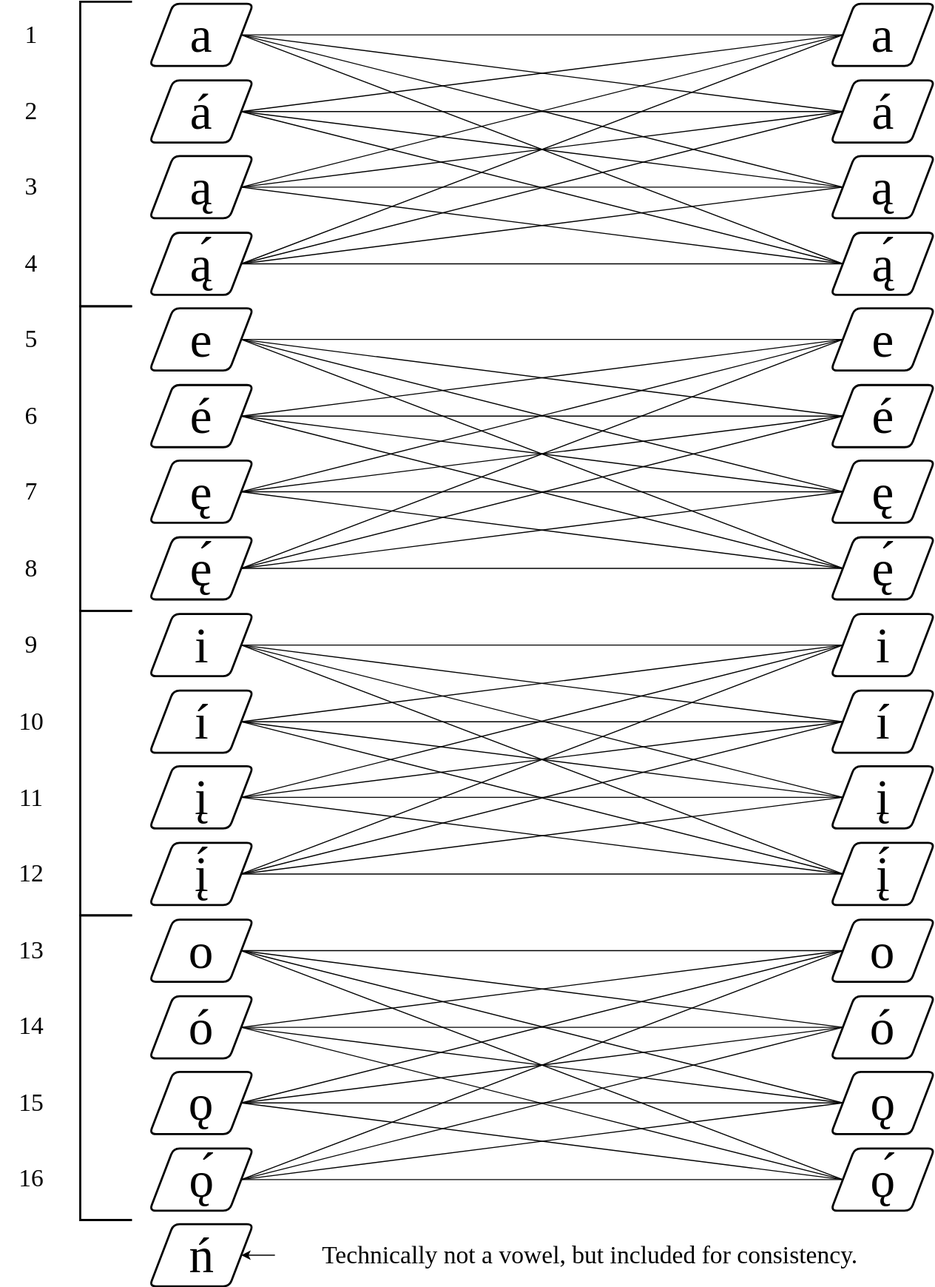
This is Associated Diagrams/Navaho Vowel Network_v2.drawio.svg from OJB-Quantum/Navaho-Linguistics, a draw.io export, as it was before one commit. Source tidied: cells renumbered, new cells last; positions are measured from the earlier drawing's top-left corner, leaving out a move shared by most shapes.
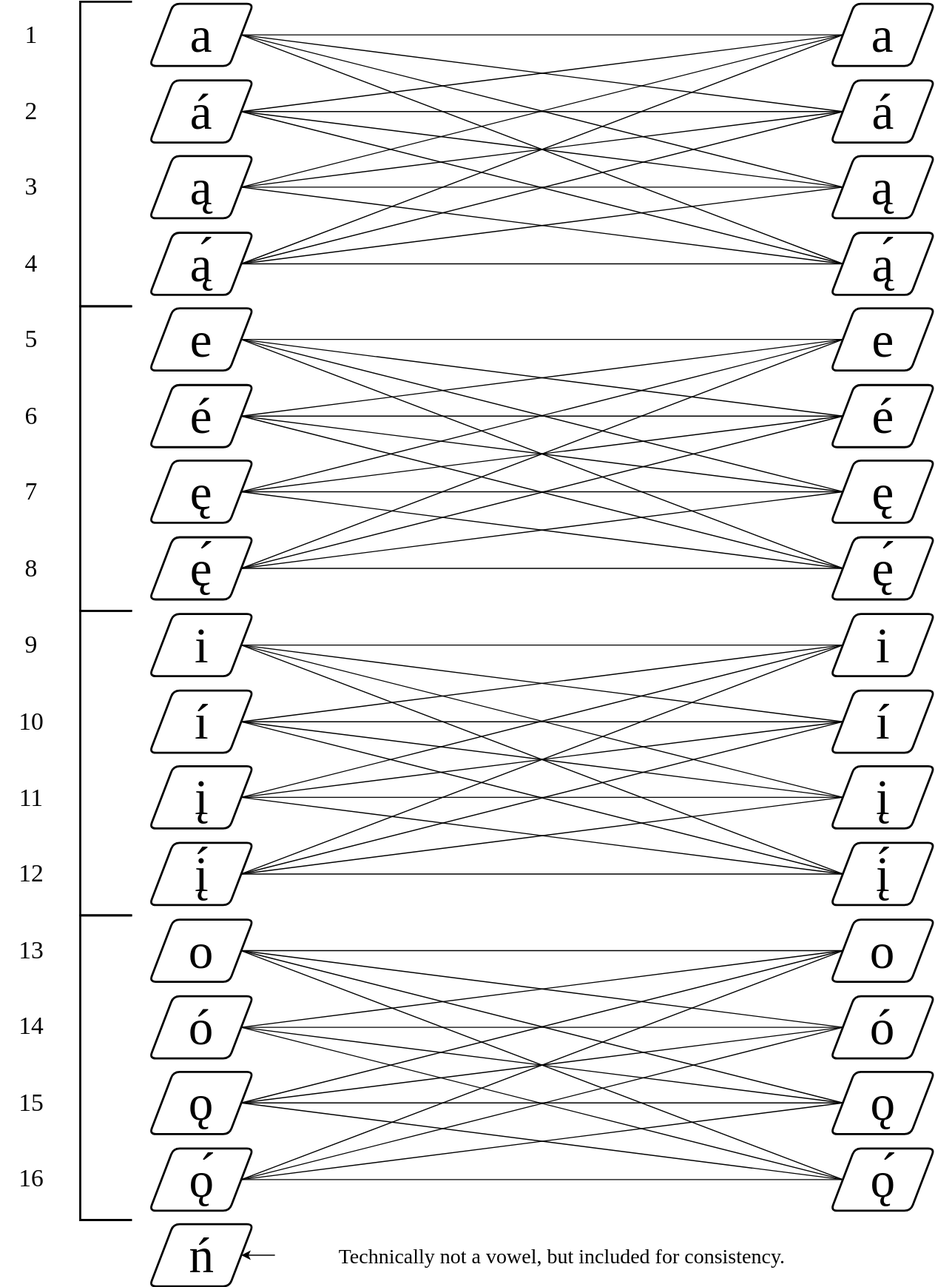
After the change.

Diff of the diagram source:
```diff
@@ -455,8 +455,8 @@
     <mxCell id="152" style="edgeStyle=orthogonalEdgeStyle;rounded=0;jettySize=auto;html=1;entryX=1;entryY=0.5;entryDx=0;entryDy=0;" parent="1" edge="1" source="153" target="50">
       <mxGeometry relative="1" as="geometry" />
     </mxCell>
-    <mxCell id="153" value="&lt;font face=&quot;CMU Serif&quot; style=&quot;font-size: 24px;&quot;&gt;Technically not a vowel, but included for consistency.&lt;/font&gt;" style="text;strokeColor=none;align=center;fillColor=none;html=1;verticalAlign=middle;whiteSpace=wrap;rounded=0;" parent="1" vertex="1">
-      <mxGeometry x="265" y="1195" width="609" height="30" as="geometry" />
+    <mxCell id="153" value="&lt;font face=&quot;CMU Serif&quot; style=&quot;font-size: 20px;&quot;&gt;Technically not a vowel, but included for consistency.&lt;/font&gt;" style="text;strokeColor=none;align=center;fillColor=none;html=1;verticalAlign=middle;whiteSpace=wrap;rounded=0;" parent="1" vertex="1">
+      <mxGeometry x="265" y="1195" width="555" height="30" as="geometry" />
     </mxCell>
   </root>
 </mxGraphModel>
```
